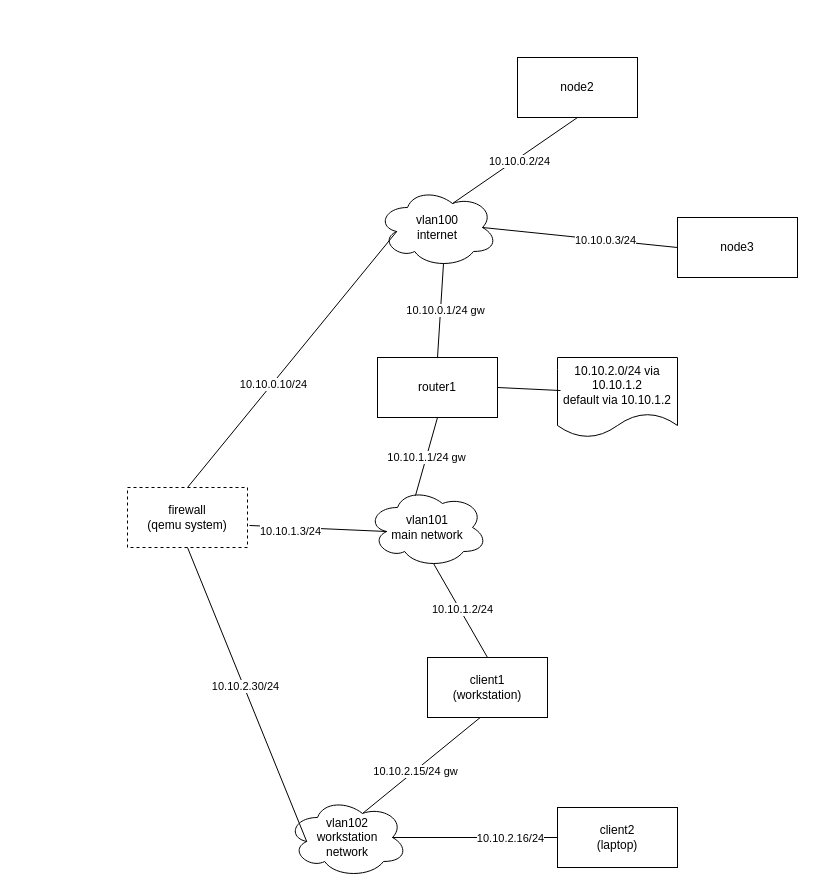
Above: testing.drawio in mverboom/pve-testenv (draw.io), before the change. Source tidied: cells renumbered, new cells numbered last; positions are measured from the earlier drawing's top-left corner, leaving out a move shared by most shapes. Both pictures are drawn from the tidied source at 100%, with x=0, y=0 at pixel (127, 57).
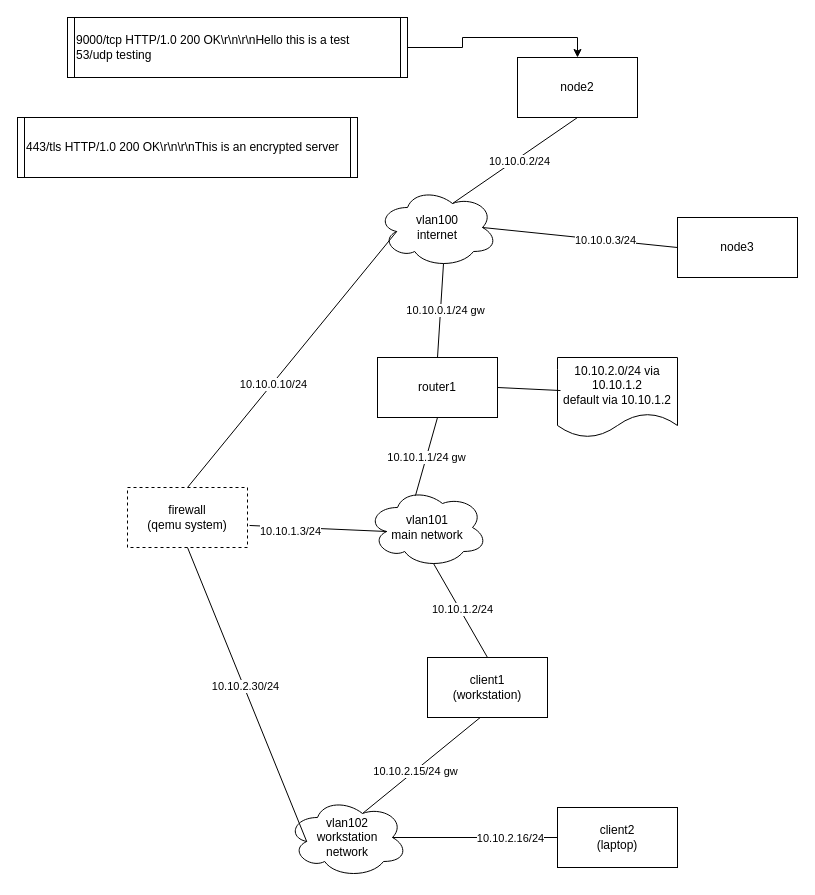
The same page after the edit.

Commit message (it also covers changes not shown here):
Initial support for parsing services from drawing

The change refers to these unchanged cells:
```xml
<mxCell id="4" value="node2" style="rounded=0;whiteSpace=wrap;html=1;" parent="1" vertex="1">
  <mxGeometry x="390" width="120" height="60" as="geometry" />
</mxCell>
```

The edit, as a diff of the source:
```diff
@@
+    <mxCell id="33" style="edgeStyle=orthogonalEdgeStyle;rounded=0;jettySize=auto;html=1;entryX=0.5;entryY=0;entryDx=0;entryDy=0;" parent="1" edge="1" source="34" target="4">
+      <mxGeometry relative="1" as="geometry" />
+    </mxCell>
+    <mxCell id="34" value="&lt;div&gt;9000/tcp HTTP/1.0 200 OK\r\n\r\nHello this is a test&lt;/div&gt;&lt;div&gt;53/udp testing&lt;/div&gt;" style="shape=process;whiteSpace=wrap;html=1;backgroundOutline=1;align=left;size=0.021739130434782608;" parent="1" vertex="1">
+      <mxGeometry x="-60" y="-40" width="340" height="60" as="geometry" />
+    </mxCell>
+    <mxCell id="35" value="&lt;div&gt;&lt;span style=&quot;background-color: transparent; color: light-dark(rgb(0, 0, 0), rgb(255, 255, 255));&quot;&gt;443/tls HTTP/1.0 200 OK\r\n\r\nThis is an encrypted server&lt;/span&gt;&lt;/div&gt;" style="shape=process;whiteSpace=wrap;html=1;backgroundOutline=1;align=left;size=0.021739130434782608;" parent="1" vertex="1">
+      <mxGeometry x="-110" y="60" width="340" height="60" as="geometry" />
+    </mxCell>
```
